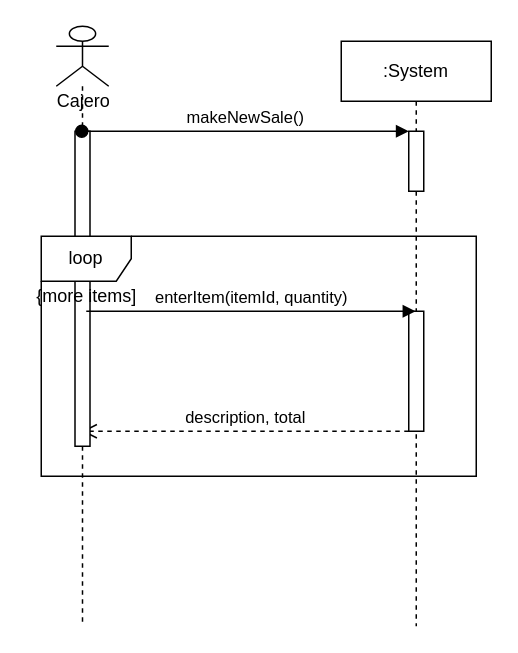
Before: page "SSD" (2 of 2) of UML-Sandbox.drawio in TMP-DARQSW/UML-Sandbox, a draw.io diagram. Source tidied: cells renumbered, new cells numbered last; positions are measured from the earlier drawing's top-left corner, leaving out a move shared by most shapes. Both pictures are drawn from the tidied source at 150%, with x=0, y=0 at pixel (26, 26).
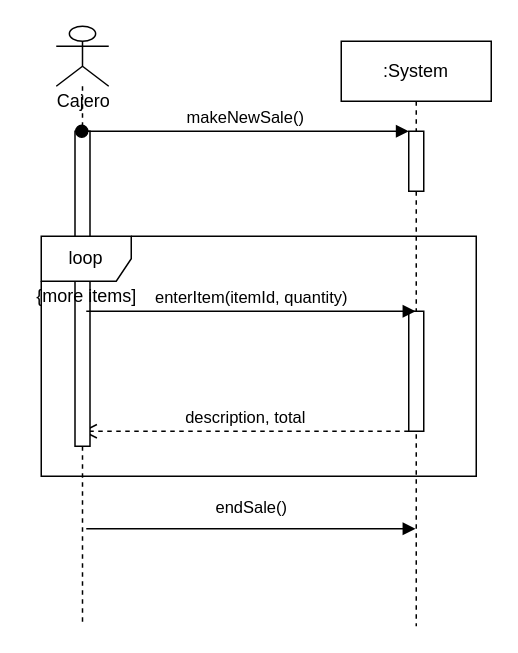
The same page after the edit.

Commit message:
Agregando endSale

Diff of the diagram source:
```diff
@@
 <mxGraphModel>
   <root>
     <mxCell id="0" />
     <mxCell id="1" parent="0" />
     <mxCell id="2" value=":System" style="shape=umlLifeline;perimeter=lifelinePerimeter;whiteSpace=wrap;html=1;outlineConnect=0;" parent="1" vertex="1">
       <mxGeometry x="210" y="10" width="100" height="390" as="geometry" />
     </mxCell>
     <mxCell id="3" style="html=1;points=[];perimeter=orthogonalPerimeter;" parent="2" vertex="1">
       <mxGeometry x="45" y="60" width="10" height="40" as="geometry" />
     </mxCell>
     <mxCell id="4" style="html=1;perimeter=orthogonalPerimeter;" parent="2" vertex="1">
       <mxGeometry x="45" y="180" width="10" height="80" as="geometry" />
     </mxCell>
     <mxCell id="5" value="description, total" style="html=1;verticalAlign=bottom;endArrow=open;dashed=1;endSize=8;rounded=0;" parent="2" edge="1" target="6">
       <mxGeometry relative="1" as="geometry">
         <mxPoint x="45" y="260" as="sourcePoint" />
       </mxGeometry>
     </mxCell>
     <mxCell id="6" style="shape=umlLifeline;participant=umlActor;perimeter=lifelinePerimeter;whiteSpace=wrap;html=1;verticalAlign=top;spacingTop=36;outlineConnect=0;" parent="1" vertex="1">
       <mxGeometry x="20" width="35" height="400" as="geometry" />
     </mxCell>
     <mxCell id="7" style="html=1;perimeter=orthogonalPerimeter;" parent="6" vertex="1">
       <mxGeometry x="12.5" y="70" width="10" height="210" as="geometry" />
     </mxCell>
     <mxCell id="8" value="Cajero" style="text;html=1;align=center;verticalAlign=middle;strokeColor=none;fillColor=none;" parent="6" vertex="1">
       <mxGeometry x="-7.5" y="40" width="50" height="20" as="geometry" />
     </mxCell>
     <mxCell id="9" value="makeNewSale()" style="html=1;verticalAlign=bottom;startArrow=oval;endArrow=block;startSize=8;rounded=0;" parent="1" edge="1" source="6" target="3">
       <mxGeometry relative="1" as="geometry">
         <Array as="points">
           <mxPoint x="180" y="70" />
         </Array>
       </mxGeometry>
     </mxCell>
     <mxCell id="10" value="enterItem(itemId, quantity)" style="html=1;verticalAlign=bottom;endArrow=block;rounded=0;" parent="1" edge="1" target="2">
       <mxGeometry relative="1" as="geometry">
         <mxPoint x="40" y="190" as="sourcePoint" />
       </mxGeometry>
     </mxCell>
     <mxCell id="11" value="loop" style="shape=umlFrame;whiteSpace=wrap;html=1;" parent="1" vertex="1">
       <mxGeometry x="10" y="140" width="290" height="160" as="geometry" />
     </mxCell>
     <mxCell id="12" value="{more items]" style="text;html=1;align=center;verticalAlign=middle;strokeColor=none;fillColor=none;" parent="1" vertex="1">
       <mxGeometry y="170" width="80" height="20" as="geometry" />
     </mxCell>
+    <mxCell id="13" value="endSale()" style="html=1;verticalAlign=bottom;endArrow=block;rounded=0;" parent="1" edge="1" target="2">
+      <mxGeometry y="5" relative="1" as="geometry">
+        <mxPoint x="40" y="335" as="sourcePoint" />
+      </mxGeometry>
+    </mxCell>
   </root>
 </mxGraphModel>
```
